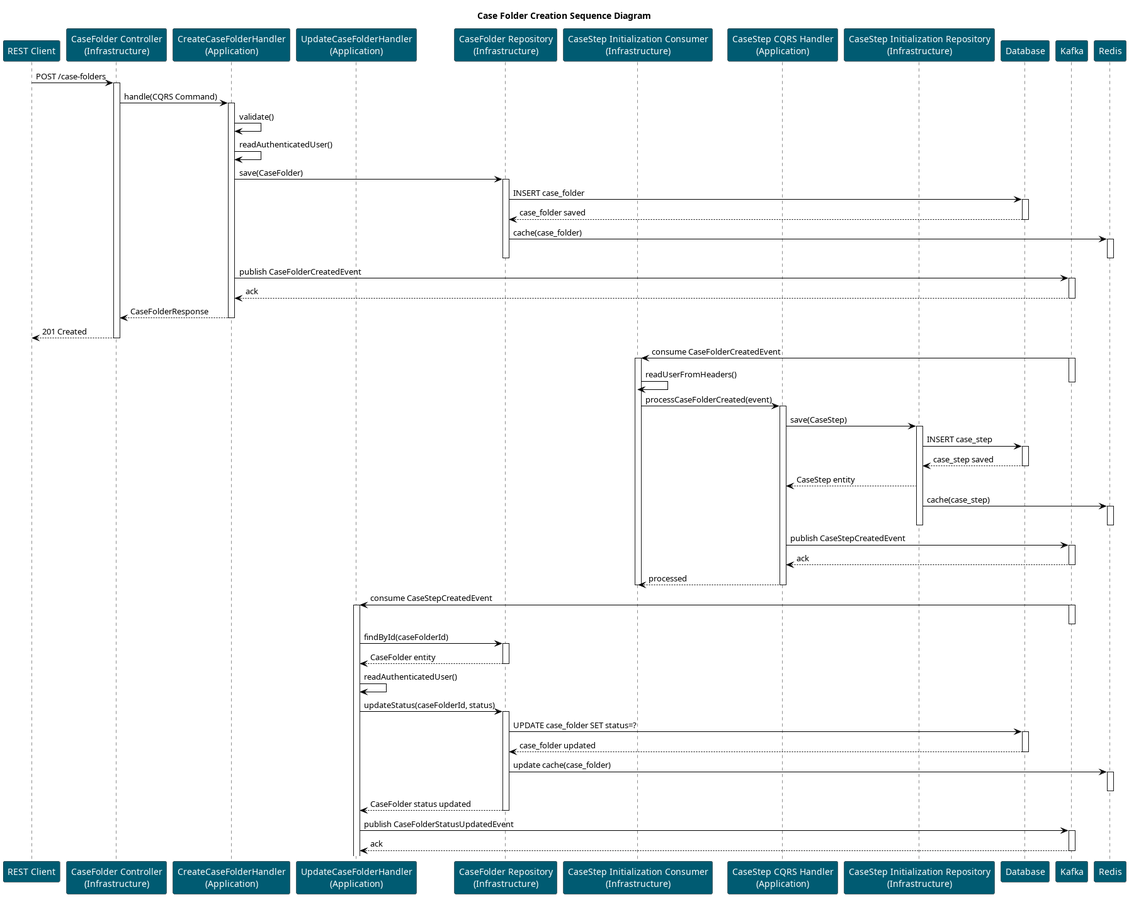
Before: images/case-folder-creation-diagram.png, a diagram exported from PlantUML (labcabrera/archetype-spring-cloud-stream-vertical-slice-contract-first). Its diagram source:
```plantuml
@startuml Case Folder Creation Sequence Diagram
title Case Folder Creation Sequence Diagram

skinparam ParticipantBackgroundColor #005b72
skinparam ParticipantFontColor #ffffff
skinparam ArrowColor #000000

participant "REST Client" as Client
participant "CaseFolder Controller\n(Infrastructure)" as CaseFolderController
participant "CreateCaseFolderHandler\n(Application)" as CreateCaseFolderHandler
participant "UpdateCaseFolderHandler\n(Application)" as UpdateCaseFolderHandler
participant "CaseFolder Repository\n(Infrastructure)" as CaseFolderRepository
participant "CaseStep Initialization Consumer\n(Infrastructure)" as CaseStepConsumer
participant "CaseStep CQRS Handler\n(Application)" as ConfService
participant "CaseStep Initialization Repository\n(Infrastructure)" as CaseStepRepository
participant "Database" as DB
participant "Kafka" as Kafka
participant "Redis" as Redis

Client -> CaseFolderController: POST /case-folders
activate CaseFolderController

CaseFolderController -> CreateCaseFolderHandler: handle(CQRS Command)
activate CreateCaseFolderHandler
CreateCaseFolderHandler -> CreateCaseFolderHandler: validate()
CreateCaseFolderHandler -> CreateCaseFolderHandler: readAuthenticatedUser()
CreateCaseFolderHandler -> CaseFolderRepository: save(CaseFolder)
activate CaseFolderRepository
CaseFolderRepository -> DB: INSERT case_folder
activate DB
DB --> CaseFolderRepository: case_folder saved
deactivate DB
CaseFolderRepository -> Redis: cache(case_folder)
activate Redis
deactivate Redis

deactivate CaseFolderRepository

CreateCaseFolderHandler -> Kafka: publish CaseFolderCreatedEvent
activate Kafka
Kafka --> CreateCaseFolderHandler: ack
deactivate Kafka

CreateCaseFolderHandler --> CaseFolderController: CaseFolderResponse
deactivate CreateCaseFolderHandler
CaseFolderController --> Client: 201 Created
deactivate CaseFolderController

Kafka -> CaseStepConsumer: consume CaseFolderCreatedEvent
activate Kafka
activate CaseStepConsumer
CaseStepConsumer -> CaseStepConsumer: readUserFromHeaders()
deactivate Kafka

CaseStepConsumer -> ConfService: processCaseFolderCreated(event)
activate ConfService

ConfService -> CaseStepRepository: save(CaseStep)
activate CaseStepRepository
CaseStepRepository -> DB: INSERT case_step
activate DB
DB --> CaseStepRepository: case_step saved
deactivate DB
CaseStepRepository --> ConfService: CaseStep entity
CaseStepRepository -> Redis: cache(case_step)
activate Redis
deactivate Redis
deactivate CaseStepRepository
ConfService -> Kafka: publish CaseStepCreatedEvent
activate Kafka
Kafka --> ConfService: ack
deactivate Kafka

ConfService --> CaseStepConsumer: processed
deactivate ConfService
deactivate CaseStepConsumer

Kafka -> UpdateCaseFolderHandler: consume CaseStepCreatedEvent
activate Kafka
deactivate Kafka
activate UpdateCaseFolderHandler
UpdateCaseFolderHandler -> CaseFolderRepository: findById(caseFolderId)
activate CaseFolderRepository
CaseFolderRepository --> UpdateCaseFolderHandler: CaseFolder entity
deactivate CaseFolderRepository
UpdateCaseFolderHandler -> UpdateCaseFolderHandler: readAuthenticatedUser()

UpdateCaseFolderHandler -> CaseFolderRepository: updateStatus(caseFolderId, status)
activate CaseFolderRepository
CaseFolderRepository -> DB: UPDATE case_folder SET status=?
activate DB
DB --> CaseFolderRepository: case_folder updated
deactivate DB
CaseFolderRepository -> Redis: update cache(case_folder)
activate Redis
deactivate Redis
CaseFolderRepository --> UpdateCaseFolderHandler: CaseFolder status updated
deactivate CaseFolderRepository

UpdateCaseFolderHandler -> Kafka: publish CaseFolderStatusUpdatedEvent
activate Kafka
Kafka --> UpdateCaseFolderHandler: ack
deactivate Kafka

@enduml
```
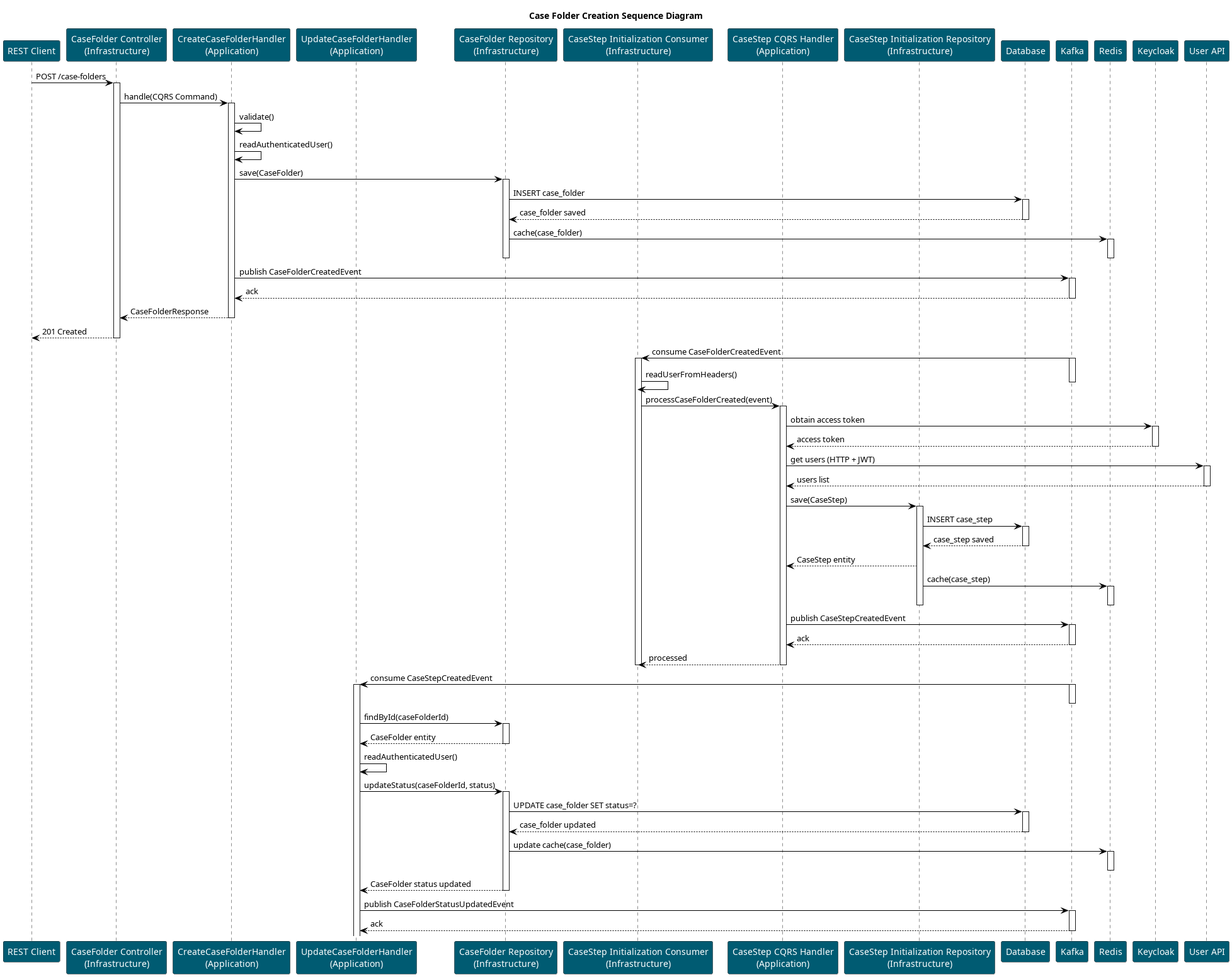
Above is the later version.

Change to the diagram source:
```diff
@@ -11,11 +11,13 @@
 participant "UpdateCaseFolderHandler\n(Application)" as UpdateCaseFolderHandler
 participant "CaseFolder Repository\n(Infrastructure)" as CaseFolderRepository
 participant "CaseStep Initialization Consumer\n(Infrastructure)" as CaseStepConsumer
-participant "CaseStep CQRS Handler\n(Application)" as ConfService
+participant "CaseStep CQRS Handler\n(Application)" as CaseStepHandler
 participant "CaseStep Initialization Repository\n(Infrastructure)" as CaseStepRepository
 participant "Database" as DB
 participant "Kafka" as Kafka
 participant "Redis" as Redis
+participant "Keycloak" as Keycloak
+participant "User API" as UserAPI
 
 Client -> CaseFolderController: POST /case-folders
 activate CaseFolderController
@@ -52,27 +54,36 @@
 CaseStepConsumer -> CaseStepConsumer: readUserFromHeaders()
 deactivate Kafka
 
-CaseStepConsumer -> ConfService: processCaseFolderCreated(event)
-activate ConfService
+CaseStepConsumer -> CaseStepHandler: processCaseFolderCreated(event)
+activate CaseStepHandler
 
-ConfService -> CaseStepRepository: save(CaseStep)
+CaseStepHandler -> Keycloak: obtain access token
+activate Keycloak
+Keycloak --> CaseStepHandler: access token
+deactivate Keycloak
+CaseStepHandler -> UserAPI: get users (HTTP + JWT)
+activate UserAPI
+UserAPI --> CaseStepHandler: users list
+deactivate UserAPI
+
+CaseStepHandler -> CaseStepRepository: save(CaseStep)
 activate CaseStepRepository
 CaseStepRepository -> DB: INSERT case_step
 activate DB
 DB --> CaseStepRepository: case_step saved
 deactivate DB
-CaseStepRepository --> ConfService: CaseStep entity
+CaseStepRepository --> CaseStepHandler: CaseStep entity
 CaseStepRepository -> Redis: cache(case_step)
 activate Redis
 deactivate Redis
 deactivate CaseStepRepository
-ConfService -> Kafka: publish CaseStepCreatedEvent
+CaseStepHandler -> Kafka: publish CaseStepCreatedEvent
 activate Kafka
-Kafka --> ConfService: ack
+Kafka --> CaseStepHandler: ack
 deactivate Kafka
 
-ConfService --> CaseStepConsumer: processed
-deactivate ConfService
+CaseStepHandler --> CaseStepConsumer: processed
+deactivate CaseStepHandler
 deactivate CaseStepConsumer
 
 Kafka -> UpdateCaseFolderHandler: consume CaseStepCreatedEvent
```
